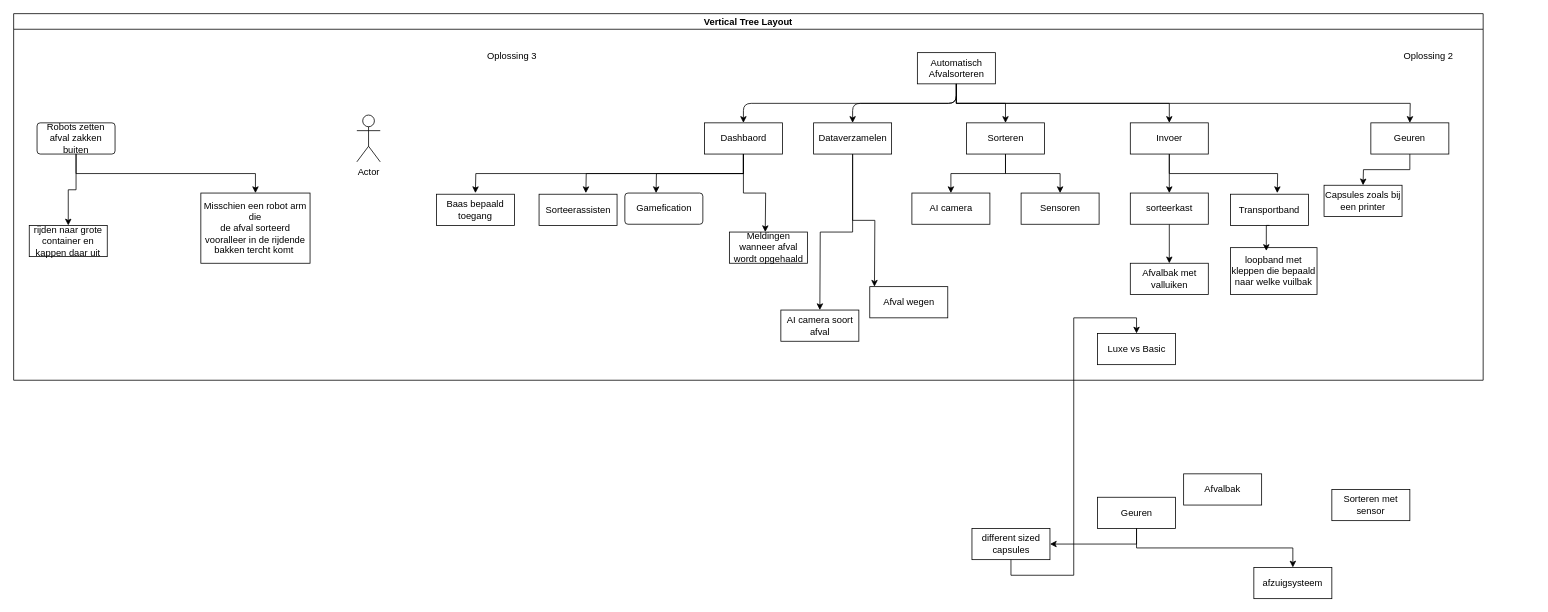
RA1035813/Skill keeps this draw.io diagram as Diagram zonder titel.drawio. Above is the earlier version. Source tidied: cells renumbered, new cells numbered last; positions are measured from the earlier drawing's top-left corner, leaving out a move shared by most shapes. Both pictures are drawn from the tidied source at 78%, with x=0, y=0 at pixel (13, 13).
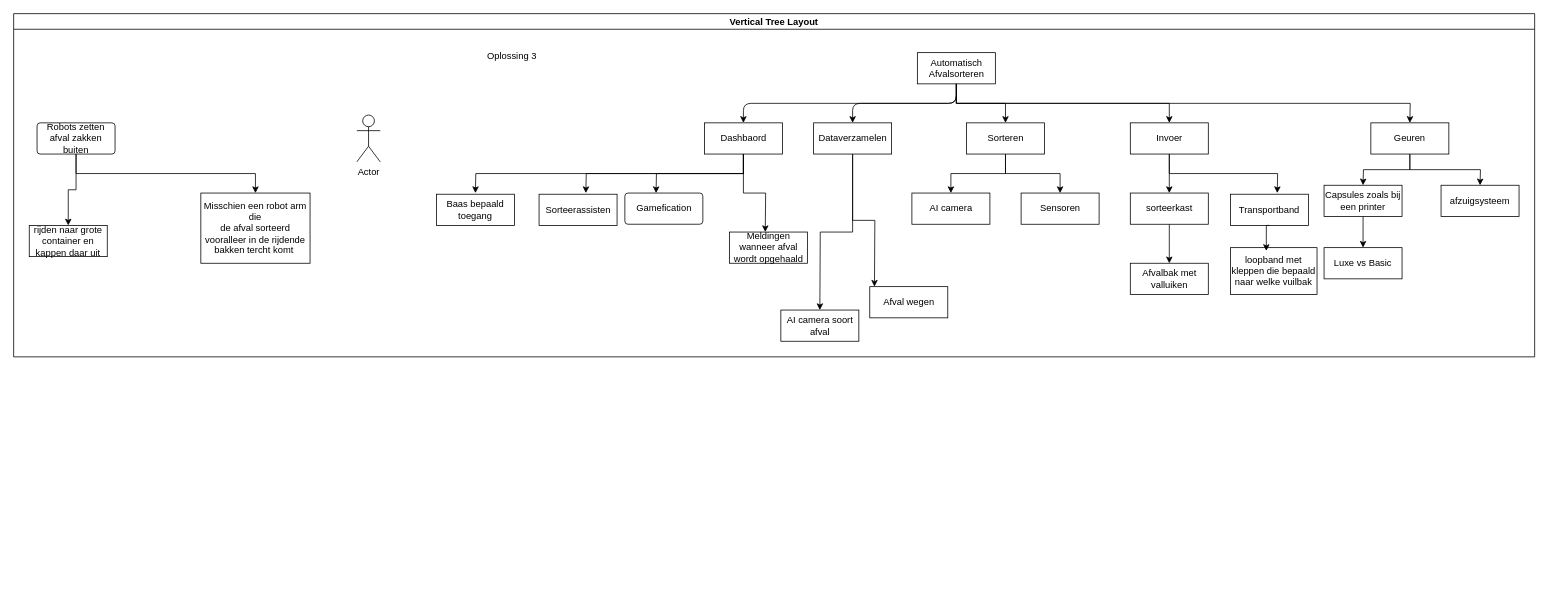
The same diagram, later.

Unchanged cells that the change refers to:
```xml
<mxCell id="47" value="Geuren" style="whiteSpace=wrap;html=1;align=center;" parent="2" vertex="1">
  <mxGeometry x="1740" y="140" width="100" height="40" as="geometry" />
</mxCell>
<mxCell id="48" value="Capsules zoals bij een printer" style="whiteSpace=wrap;html=1;align=center;" parent="2" vertex="1">
  <mxGeometry x="1680" y="220" width="100" height="40" as="geometry" />
</mxCell>
```

The edit, as a diff of the source:
```diff
@@
     <mxCell id="2" value="Vertical Tree Layout" style="swimlane;startSize=20;horizontal=1;horizontalTree=0;sortEdges=1;containerType=tree;fontSize=12;" parent="1" vertex="1">
-      <mxGeometry width="1884" height="470" as="geometry" />
+      <mxGeometry width="1950" height="440" as="geometry" />
     </mxCell>
@@
-    <mxCell id="26" value="Oplossing 2" style="text;html=1;whiteSpace=wrap;strokeColor=none;fillColor=none;align=center;verticalAlign=middle;rounded=0;" parent="2" vertex="1">
-      <mxGeometry x="1763.6" y="40" width="100" height="30" as="geometry" />
-    </mxCell>
@@
-    <mxCell id="38" value="Luxe vs Basic" style="whiteSpace=wrap;html=1;align=center;" parent="2" vertex="1">
-      <mxGeometry x="1389.6" y="410" width="100" height="40" as="geometry" />
-    </mxCell>
@@
+    <mxCell id="57" style="edgeStyle=orthogonalEdgeStyle;rounded=0;jettySize=auto;html=1;exitX=0.5;exitY=1;exitDx=0;exitDy=0;" parent="2" edge="1" source="47">
+      <mxGeometry relative="1" as="geometry">
+        <mxPoint x="1880" y="220" as="targetPoint" />
+      </mxGeometry>
+    </mxCell>
@@
+    <mxCell id="58" style="edgeStyle=orthogonalEdgeStyle;rounded=0;jettySize=auto;html=1;exitX=0.5;exitY=1;exitDx=0;exitDy=0;" parent="2" edge="1" source="48" target="38">
+      <mxGeometry relative="1" as="geometry" />
+    </mxCell>
@@
-    <mxCell id="49" value="Geuren" style="whiteSpace=wrap;html=1;align=center;" parent="1" vertex="1">
-      <mxGeometry x="1389.6" y="620" width="100" height="40" as="geometry" />
-    </mxCell>
-    <mxCell id="50" style="edgeStyle=orthogonalEdgeStyle;rounded=0;jettySize=auto;html=1;exitX=0.5;exitY=1;exitDx=0;exitDy=0;" parent="1" edge="1" source="49" target="52">
-      <mxGeometry relative="1" as="geometry" />
-    </mxCell>
-    <mxCell id="51" style="edgeStyle=orthogonalEdgeStyle;rounded=0;jettySize=auto;html=1;exitX=0.5;exitY=1;exitDx=0;exitDy=0;entryX=0.5;entryY=0;entryDx=0;entryDy=0;" parent="1" edge="1" source="49" target="53">
-      <mxGeometry relative="1" as="geometry" />
-    </mxCell>
-    <mxCell id="52" value="different sized capsules" style="whiteSpace=wrap;html=1;align=center;" parent="1" vertex="1">
-      <mxGeometry x="1228.6" y="660" width="100" height="40" as="geometry" />
-    </mxCell>
-    <mxCell id="53" value="afzuigsysteem" style="whiteSpace=wrap;html=1;align=center;" parent="1" vertex="1">
-      <mxGeometry x="1590" y="710" width="100" height="40" as="geometry" />
+    <mxCell id="53" value="afzuigsysteem" style="whiteSpace=wrap;html=1;align=center;" parent="2" vertex="1">
+      <mxGeometry x="1830" y="220" width="100" height="40" as="geometry" />
     </mxCell>
-    <mxCell id="54" value="Afvalbak" style="whiteSpace=wrap;html=1;align=center;" parent="1" vertex="1">
-      <mxGeometry x="1500" y="590" width="100" height="40" as="geometry" />
-    </mxCell>
-    <mxCell id="55" value="Sorteren met sensor" style="whiteSpace=wrap;html=1;align=center;" parent="1" vertex="1">
-      <mxGeometry x="1690" y="610" width="100" height="40" as="geometry" />
-    </mxCell>
-    <mxCell id="56" style="edgeStyle=orthogonalEdgeStyle;rounded=0;jettySize=auto;html=1;exitX=0.5;exitY=1;exitDx=0;exitDy=0;entryX=0.5;entryY=0;entryDx=0;entryDy=0;" parent="1" edge="1" source="52" target="38">
-      <mxGeometry relative="1" as="geometry" />
-    </mxCell>
+    <mxCell id="38" value="Luxe vs Basic" style="whiteSpace=wrap;html=1;align=center;" parent="2" vertex="1">
+      <mxGeometry x="1680" y="300" width="100" height="40" as="geometry" />
+    </mxCell>
```
